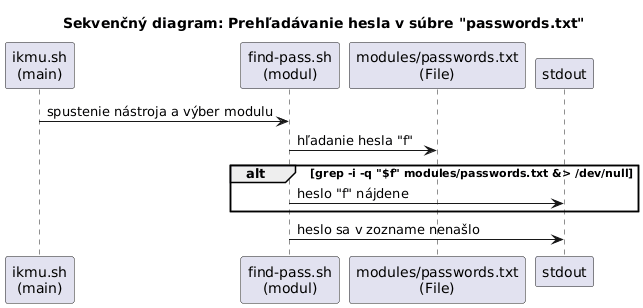
This is diagrams/sequence_diagram_find_pass.png from majohlavacka/Diplomova-praca, a PlantUML export, as it was before one commit.
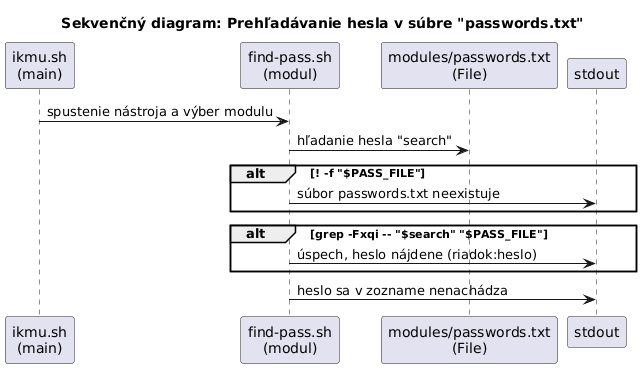
After the commit.

Diff of the diagram source:
```diff
@@ -8,10 +8,14 @@
 
 
 IKMU -> Modul : spustenie nástroja a výber modulu
-Modul -> File : hľadanie hesla "f"
-alt grep -i -q "$f" modules/passwords.txt &> /dev/null
+Modul -> File : hľadanie hesla "search"
 
-  Modul -> Console : heslo "f" nájdene
+alt  ! -f "$PASS_FILE"
+  Modul -> Console : súbor passwords.txt neexistuje
 end
-Modul -> Console : heslo sa v zozname nenašlo
+
+alt grep -Fxqi -- "$search" "$PASS_FILE"
+  Modul -> Console : úspech, heslo nájdene (riadok:heslo)
+end
+Modul -> Console : heslo sa v zozname nenachádza
 @enduml
```
